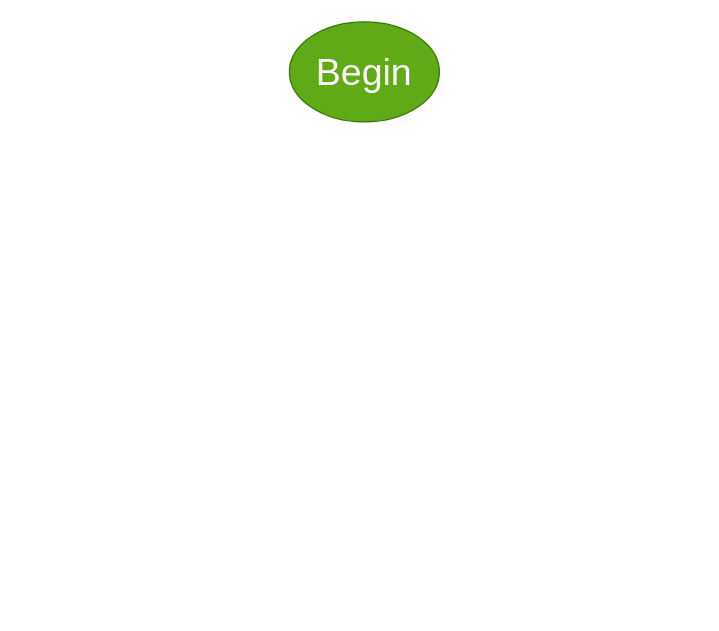
The draw.io diagram leren_programmeren/Module_05/Proef_A/Papi_Gelato.drawio in Seantheman01/Python, before the edit. Source tidied: cells renumbered, new cells numbered last; positions are measured from the earlier drawing's top-left corner, leaving out a move shared by most shapes. Both pictures are drawn from the tidied source at 125%, with x=0, y=0 at pixel (289, 21).
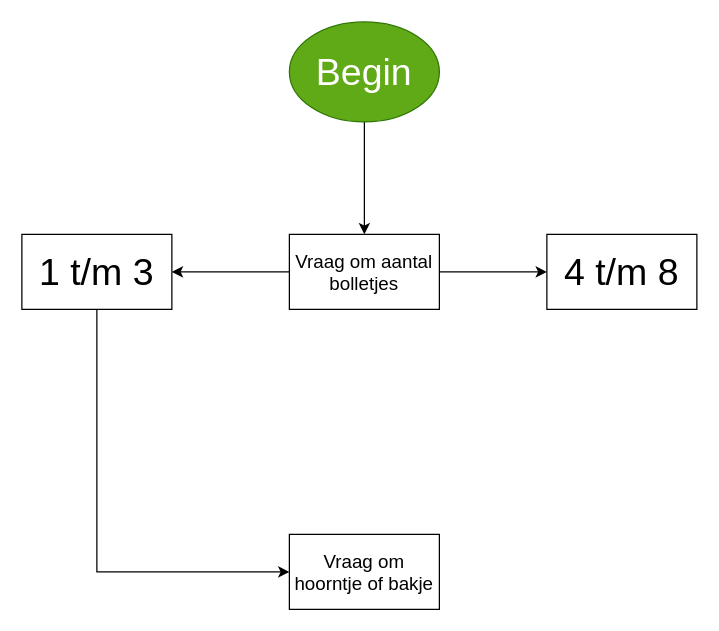
The same diagram, later.

The edit, as a diff of the source:
```diff
@@
 <mxGraphModel>
   <root>
     <mxCell id="0" />
     <mxCell id="1" parent="0" />
+    <mxCell id="3" style="edgeStyle=orthogonalEdgeStyle;rounded=0;jettySize=auto;html=1;" parent="1" edge="1" source="2" target="6">
+      <mxGeometry relative="1" as="geometry" />
+    </mxCell>
     <mxCell id="2" value="&lt;font style=&quot;font-size: 30px;&quot;&gt;Begin&lt;/font&gt;" style="ellipse;whiteSpace=wrap;html=1;fillColor=#60a917;strokeColor=#2D7600;fontColor=#ffffff;" parent="1" vertex="1">
       <mxGeometry width="120" height="80" as="geometry" />
     </mxCell>
+    <mxCell id="4" style="edgeStyle=orthogonalEdgeStyle;rounded=0;jettySize=auto;html=1;" parent="1" edge="1" source="6" target="8">
+      <mxGeometry relative="1" as="geometry" />
+    </mxCell>
+    <mxCell id="5" style="edgeStyle=orthogonalEdgeStyle;rounded=0;jettySize=auto;html=1;" parent="1" edge="1" source="6" target="10">
+      <mxGeometry relative="1" as="geometry" />
+    </mxCell>
+    <mxCell id="6" value="&lt;font style=&quot;font-size: 15px;&quot;&gt;Vraag om aantal bolletjes&lt;/font&gt;" style="whiteSpace=wrap;html=1;" parent="1" vertex="1">
+      <mxGeometry y="170" width="120" height="60" as="geometry" />
+    </mxCell>
+    <mxCell id="7" style="edgeStyle=orthogonalEdgeStyle;rounded=0;jettySize=auto;html=1;entryX=0;entryY=0.5;entryDx=0;entryDy=0;exitX=0.5;exitY=1;exitDx=0;exitDy=0;" parent="1" edge="1" source="8" target="9">
+      <mxGeometry relative="1" as="geometry" />
+    </mxCell>
+    <mxCell id="8" value="&lt;font style=&quot;font-size: 30px;&quot;&gt;1 t/m 3&lt;/font&gt;" style="whiteSpace=wrap;html=1;" parent="1" vertex="1">
+      <mxGeometry x="-214" y="170" width="120" height="60" as="geometry" />
+    </mxCell>
+    <mxCell id="9" value="&lt;font style=&quot;font-size: 15px;&quot;&gt;Vraag om hoorntje of bakje&lt;/font&gt;" style="whiteSpace=wrap;html=1;" parent="1" vertex="1">
+      <mxGeometry y="410" width="120" height="60" as="geometry" />
+    </mxCell>
+    <mxCell id="10" value="&lt;font style=&quot;font-size: 30px;&quot;&gt;4 t/m 8&lt;/font&gt;" style="whiteSpace=wrap;html=1;" parent="1" vertex="1">
+      <mxGeometry x="206" y="170" width="120" height="60" as="geometry" />
+    </mxCell>
   </root>
 </mxGraphModel>
```
